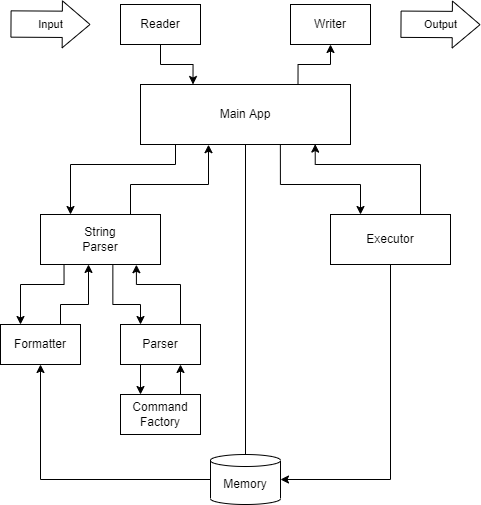
The draw.io diagram CLI/architecture.png in vsgol/hse-sd-3, before a commit. Source tidied: cells renumbered, new cells last; positions are measured from the earlier drawing's top-left corner, leaving out a move shared by most shapes.
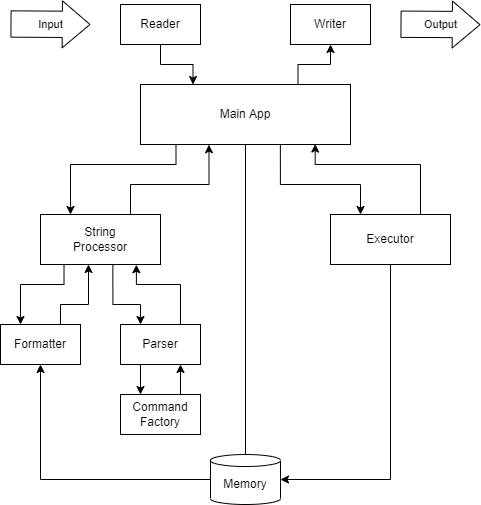
After the change.

Commit message:
Change name from String Parser to String Processor

The edit, as a diff of the source:
```diff
@@ -46,7 +46,7 @@
         </Array>
       </mxGeometry>
     </mxCell>
-    <mxCell id="9" value="String&lt;br&gt;Parser" style="rounded=0;whiteSpace=wrap;html=1;" parent="1" vertex="1">
+    <mxCell id="9" value="String&lt;br&gt;Processor" style="rounded=0;whiteSpace=wrap;html=1;" parent="1" vertex="1">
       <mxGeometry x="40" y="210" width="120" height="50" as="geometry" />
     </mxCell>
     <mxCell id="10" style="edgeStyle=orthogonalEdgeStyle;rounded=0;jettySize=auto;html=1;exitX=0.5;exitY=0;exitDx=0;exitDy=0;exitPerimeter=0;entryX=0.5;entryY=1;entryDx=0;entryDy=0;endArrow=none;endFill=0;" parent="1" edge="1" source="12" target="3">
```
